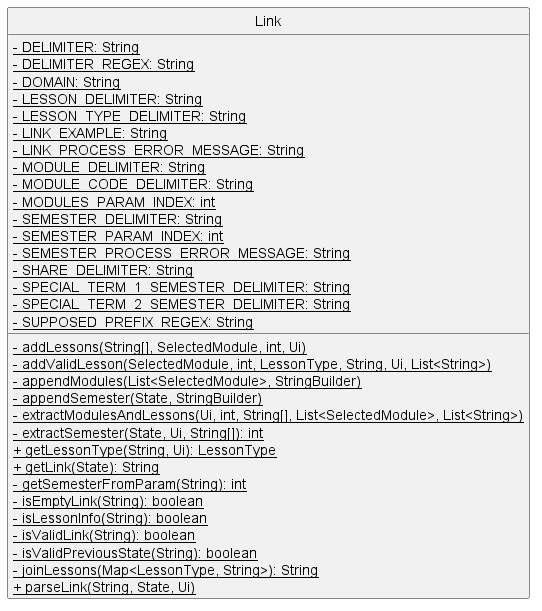
nus-cs2113-AY2223S1/tp keeps this PlantUML diagram as docs/images/linkClass.png. Above is the earlier version.
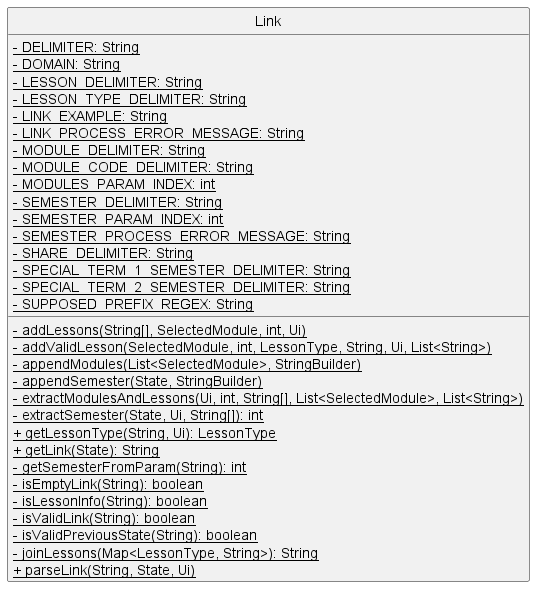
Later version of the same file.

Change to the diagram source:
```diff
@@ -4,7 +4,6 @@
 
 class Link {
     <u>- DELIMITER: String
-    <u>- DELIMITER_REGEX: String
     <u>- DOMAIN: String
     <u>- LESSON_DELIMITER: String
     <u>- LESSON_TYPE_DELIMITER: String
```
